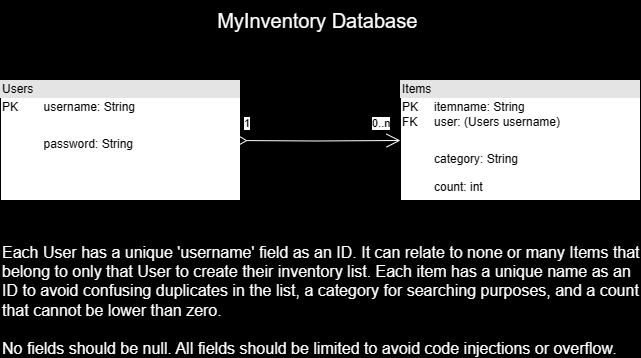
This is MyInventory Database.png from VSnow1988/MyInventory, a draw.io export, as it was before one commit. Source tidied: cells renumbered, new cells last; positions are measured from the earlier drawing's top-left corner, leaving out a move shared by most shapes.
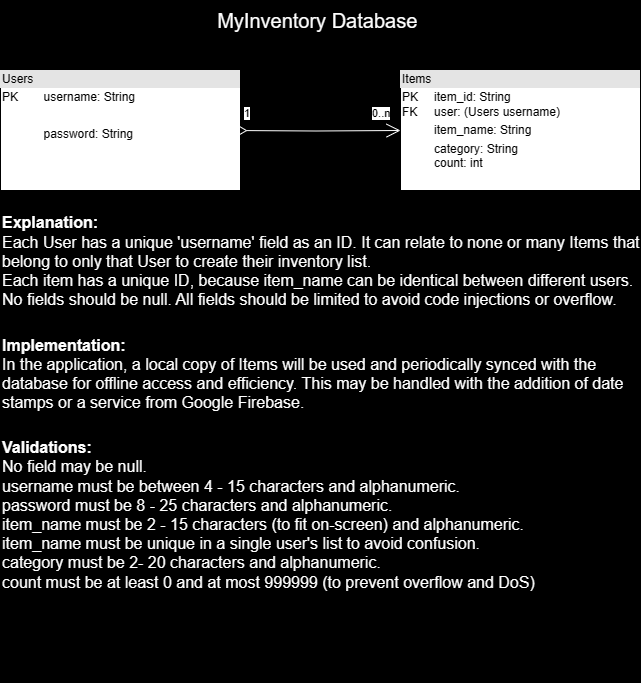
Above is the later version.

Commit message:
Database design and requirements.

Change to the diagram source:
```diff
@@ -5,7 +5,7 @@
     <mxCell id="2" value="&lt;div style=&quot;box-sizing:border-box;width:100%;background:#e4e4e4;padding:2px;&quot;&gt;Users&lt;/div&gt;&lt;table style=&quot;width:100%;font-size:1em;&quot; cellpadding=&quot;2&quot; cellspacing=&quot;0&quot;&gt;&lt;tbody&gt;&lt;tr&gt;&lt;td&gt;PK&lt;/td&gt;&lt;td&gt;username: String&lt;/td&gt;&lt;/tr&gt;&lt;tr&gt;&lt;td&gt;&lt;br&gt;&lt;/td&gt;&lt;td&gt;&lt;br&gt;&lt;/td&gt;&lt;/tr&gt;&lt;tr&gt;&lt;td&gt;&lt;/td&gt;&lt;td&gt;password: String&lt;/td&gt;&lt;/tr&gt;&lt;/tbody&gt;&lt;/table&gt;" style="verticalAlign=top;align=left;overflow=fill;html=1;whiteSpace=wrap;" parent="1" vertex="1">
       <mxGeometry y="80" width="240" height="120" as="geometry" />
     </mxCell>
-    <mxCell id="3" value="&lt;div style=&quot;box-sizing:border-box;width:100%;background:#e4e4e4;padding:2px;&quot;&gt;Items&lt;/div&gt;&lt;table style=&quot;width:100%;font-size:1em;&quot; cellpadding=&quot;2&quot; cellspacing=&quot;0&quot;&gt;&lt;tbody&gt;&lt;tr&gt;&lt;td&gt;PK&lt;br&gt;FK&lt;/td&gt;&lt;td&gt;itemname: String&lt;br&gt;user: (Users username)&lt;/td&gt;&lt;/tr&gt;&lt;tr&gt;&lt;td&gt;&lt;br&gt;&lt;/td&gt;&lt;td&gt;&lt;br&gt;&lt;/td&gt;&lt;/tr&gt;&lt;tr&gt;&lt;td&gt;&lt;/td&gt;&lt;td&gt;category: String&lt;br&gt;&lt;br&gt;count: int&lt;/td&gt;&lt;/tr&gt;&lt;/tbody&gt;&lt;/table&gt;" style="verticalAlign=top;align=left;overflow=fill;html=1;whiteSpace=wrap;" parent="1" vertex="1">
+    <mxCell id="3" value="&lt;div style=&quot;box-sizing:border-box;width:100%;background:#e4e4e4;padding:2px;&quot;&gt;Items&lt;/div&gt;&lt;table style=&quot;width:100%;font-size:1em;&quot; cellpadding=&quot;2&quot; cellspacing=&quot;0&quot;&gt;&lt;tbody&gt;&lt;tr&gt;&lt;td&gt;PK&lt;br&gt;FK&lt;/td&gt;&lt;td&gt;item_id: String&lt;br&gt;user: (Users username)&lt;/td&gt;&lt;/tr&gt;&lt;tr&gt;&lt;td&gt;&lt;br&gt;&lt;/td&gt;&lt;td&gt;item_name: String&lt;/td&gt;&lt;/tr&gt;&lt;tr&gt;&lt;td&gt;&lt;/td&gt;&lt;td&gt;category: String&lt;br&gt;count: int&lt;/td&gt;&lt;/tr&gt;&lt;/tbody&gt;&lt;/table&gt;" style="verticalAlign=top;align=left;overflow=fill;html=1;whiteSpace=wrap;" parent="1" vertex="1">
       <mxGeometry x="400" y="80" width="240" height="120" as="geometry" />
     </mxCell>
     <mxCell id="4" style="endArrow=open;html=1;endSize=12;startArrow=diamondThin;startSize=14;startFill=0;edgeStyle=orthogonalEdgeStyle;rounded=0;entryX=0;entryY=0.5;entryDx=0;entryDy=0;strokeColor=#FFFFFF;" parent="1" edge="1" target="3">
@@ -24,10 +24,16 @@
       </mxGeometry>
     </mxCell>
     <mxCell id="7" value="&lt;font color=&quot;#ffffff&quot; style=&quot;font-size: 20px;&quot;&gt;MyInventory Database&amp;nbsp;&lt;/font&gt;" style="text;strokeColor=none;align=center;fillColor=none;html=1;verticalAlign=middle;whiteSpace=wrap;rounded=0;" parent="1" vertex="1">
-      <mxGeometry x="40" width="560" height="40" as="geometry" />
+      <mxGeometry x="40" y="10" width="560" height="40" as="geometry" />
     </mxCell>
-    <mxCell id="8" value="&lt;font color=&quot;#ffffff&quot; style=&quot;font-size: 16px;&quot;&gt;Each User has a unique 'username' field as an ID. It can relate to none or many Items that belong to only that User to create their inventory list. Each item has a unique name as an ID to avoid confusing duplicates in the list, a category for searching purposes, and a count that cannot be lower than zero.&amp;nbsp;&lt;/font&gt;&lt;div&gt;&lt;font color=&quot;#ffffff&quot; style=&quot;font-size: 16px;&quot;&gt;&lt;br&gt;&lt;/font&gt;&lt;/div&gt;&lt;div&gt;&lt;font color=&quot;#ffffff&quot; style=&quot;font-size: 16px;&quot;&gt;No fields should be null. All fields should be limited to avoid code injections or overflow.&lt;/font&gt;&lt;/div&gt;" style="text;strokeColor=none;align=left;fillColor=none;html=1;verticalAlign=middle;whiteSpace=wrap;rounded=0;" parent="1" vertex="1">
-      <mxGeometry y="250" width="640" height="100" as="geometry" />
+    <mxCell id="8" value="&lt;div&gt;&lt;font color=&quot;#ffffff&quot; style=&quot;font-size: 16px;&quot;&gt;&lt;b&gt;Explanation:&lt;/b&gt;&lt;/font&gt;&lt;/div&gt;&lt;font color=&quot;#ffffff&quot; style=&quot;font-size: 16px;&quot;&gt;Each User has a unique 'username' field as an ID. It can relate to none or many Items that belong to only that User to create their inventory list.&amp;nbsp;&lt;/font&gt;&lt;div&gt;&lt;font color=&quot;#ffffff&quot; style=&quot;font-size: 16px;&quot;&gt;Each item has a unique ID, because item_name can be identical between different users.&lt;/font&gt;&lt;/div&gt;&lt;div&gt;&lt;div&gt;&lt;span style=&quot;font-size: 16px; color: rgb(255, 255, 255); background-color: initial;&quot;&gt;No fields should be null. All fields should be limited to avoid code injections or overflow.&lt;/span&gt;&lt;br&gt;&lt;/div&gt;&lt;/div&gt;&lt;div&gt;&lt;span style=&quot;font-size: 16px; color: rgb(255, 255, 255); background-color: initial;&quot;&gt;&lt;br&gt;&lt;/span&gt;&lt;/div&gt;&lt;div&gt;&lt;span style=&quot;font-size: 16px; color: rgb(255, 255, 255); background-color: initial;&quot;&gt;&lt;br&gt;&lt;/span&gt;&lt;/div&gt;" style="text;strokeColor=none;align=left;fillColor=none;html=1;verticalAlign=middle;whiteSpace=wrap;rounded=0;" parent="1" vertex="1">
+      <mxGeometry y="250" width="640" height="80" as="geometry" />
     </mxCell>
+    <mxCell id="9" value="&lt;font color=&quot;#ffffff&quot;&gt;&lt;span style=&quot;font-size: 16px;&quot;&gt;&lt;b&gt;Implementation:&lt;/b&gt;&lt;br&gt;In the application, a local copy of Items will be used and periodically synced with the database for offline access and efficiency. This may be handled with the addition of date stamps or a service from Google Firebase.&lt;/span&gt;&lt;/font&gt;&lt;div&gt;&lt;font color=&quot;#ffffff&quot;&gt;&lt;span style=&quot;font-size: 16px;&quot;&gt;&lt;br&gt;&lt;/span&gt;&lt;/font&gt;&lt;/div&gt;&lt;div&gt;&lt;br&gt;&lt;/div&gt;&lt;div&gt;&lt;font color=&quot;#ffffff&quot;&gt;&lt;span style=&quot;font-size: 16px;&quot;&gt;&lt;br&gt;&lt;/span&gt;&lt;/font&gt;&lt;/div&gt;" style="text;strokeColor=none;align=left;fillColor=none;html=1;verticalAlign=middle;whiteSpace=wrap;rounded=0;" parent="1" vertex="1">
+      <mxGeometry y="370" width="640" height="80" as="geometry" />
+    </mxCell>
+    <mxCell id="10" value="&lt;font color=&quot;#ffffff&quot;&gt;&lt;span style=&quot;font-size: 16px;&quot;&gt;&lt;b&gt;Validations:&lt;/b&gt;&lt;br&gt;No field may be null.&lt;/span&gt;&lt;/font&gt;&lt;div&gt;&lt;font color=&quot;#ffffff&quot;&gt;&lt;span style=&quot;font-size: 16px;&quot;&gt;username must be between 4 - 15 characters and alphanumeric.&lt;/span&gt;&lt;/font&gt;&lt;/div&gt;&lt;div&gt;&lt;font color=&quot;#ffffff&quot;&gt;&lt;span style=&quot;font-size: 16px;&quot;&gt;password must be 8 - 25 characters and alphanumeric.&lt;/span&gt;&lt;/font&gt;&lt;/div&gt;&lt;div&gt;&lt;font color=&quot;#ffffff&quot;&gt;&lt;span style=&quot;font-size: 16px;&quot;&gt;item_name must be 2 - 15 characters (to fit on-screen) and alphanumeric.&lt;/span&gt;&lt;/font&gt;&lt;/div&gt;&lt;div&gt;&lt;font color=&quot;#ffffff&quot;&gt;&lt;span style=&quot;font-size: 16px;&quot;&gt;item_name must be unique in a single user's list to avoid confusion.&lt;/span&gt;&lt;/font&gt;&lt;/div&gt;&lt;div&gt;&lt;font color=&quot;#ffffff&quot;&gt;&lt;span style=&quot;font-size: 16px;&quot;&gt;category must be 2- 20 characters and alphanumeric.&lt;/span&gt;&lt;/font&gt;&lt;/div&gt;&lt;div&gt;&lt;font color=&quot;#ffffff&quot;&gt;&lt;span style=&quot;font-size: 16px;&quot;&gt;count must be at least 0 and at most 999999 (to prevent overflow and DoS)&lt;/span&gt;&lt;/font&gt;&lt;/div&gt;&lt;div&gt;&lt;font color=&quot;#ffffff&quot;&gt;&lt;span style=&quot;font-size: 16px;&quot;&gt;&lt;br&gt;&lt;/span&gt;&lt;/font&gt;&lt;div&gt;&lt;font color=&quot;#ffffff&quot;&gt;&lt;span style=&quot;font-size: 16px;&quot;&gt;&lt;br&gt;&lt;/span&gt;&lt;/font&gt;&lt;/div&gt;&lt;div&gt;&lt;br&gt;&lt;/div&gt;&lt;div&gt;&lt;font color=&quot;#ffffff&quot;&gt;&lt;span style=&quot;font-size: 16px;&quot;&gt;&lt;br&gt;&lt;/span&gt;&lt;/font&gt;&lt;/div&gt;&lt;/div&gt;&lt;div&gt;&lt;font color=&quot;#ffffff&quot;&gt;&lt;span style=&quot;font-size: 16px;&quot;&gt;&lt;br&gt;&lt;/span&gt;&lt;/font&gt;&lt;/div&gt;" style="text;strokeColor=none;align=left;fillColor=none;html=1;verticalAlign=middle;whiteSpace=wrap;rounded=0;" parent="1" vertex="1">
+      <mxGeometry y="530" width="640" height="80" as="geometry" />
+    </mxCell>
   </root>
 </mxGraphModel>
```
